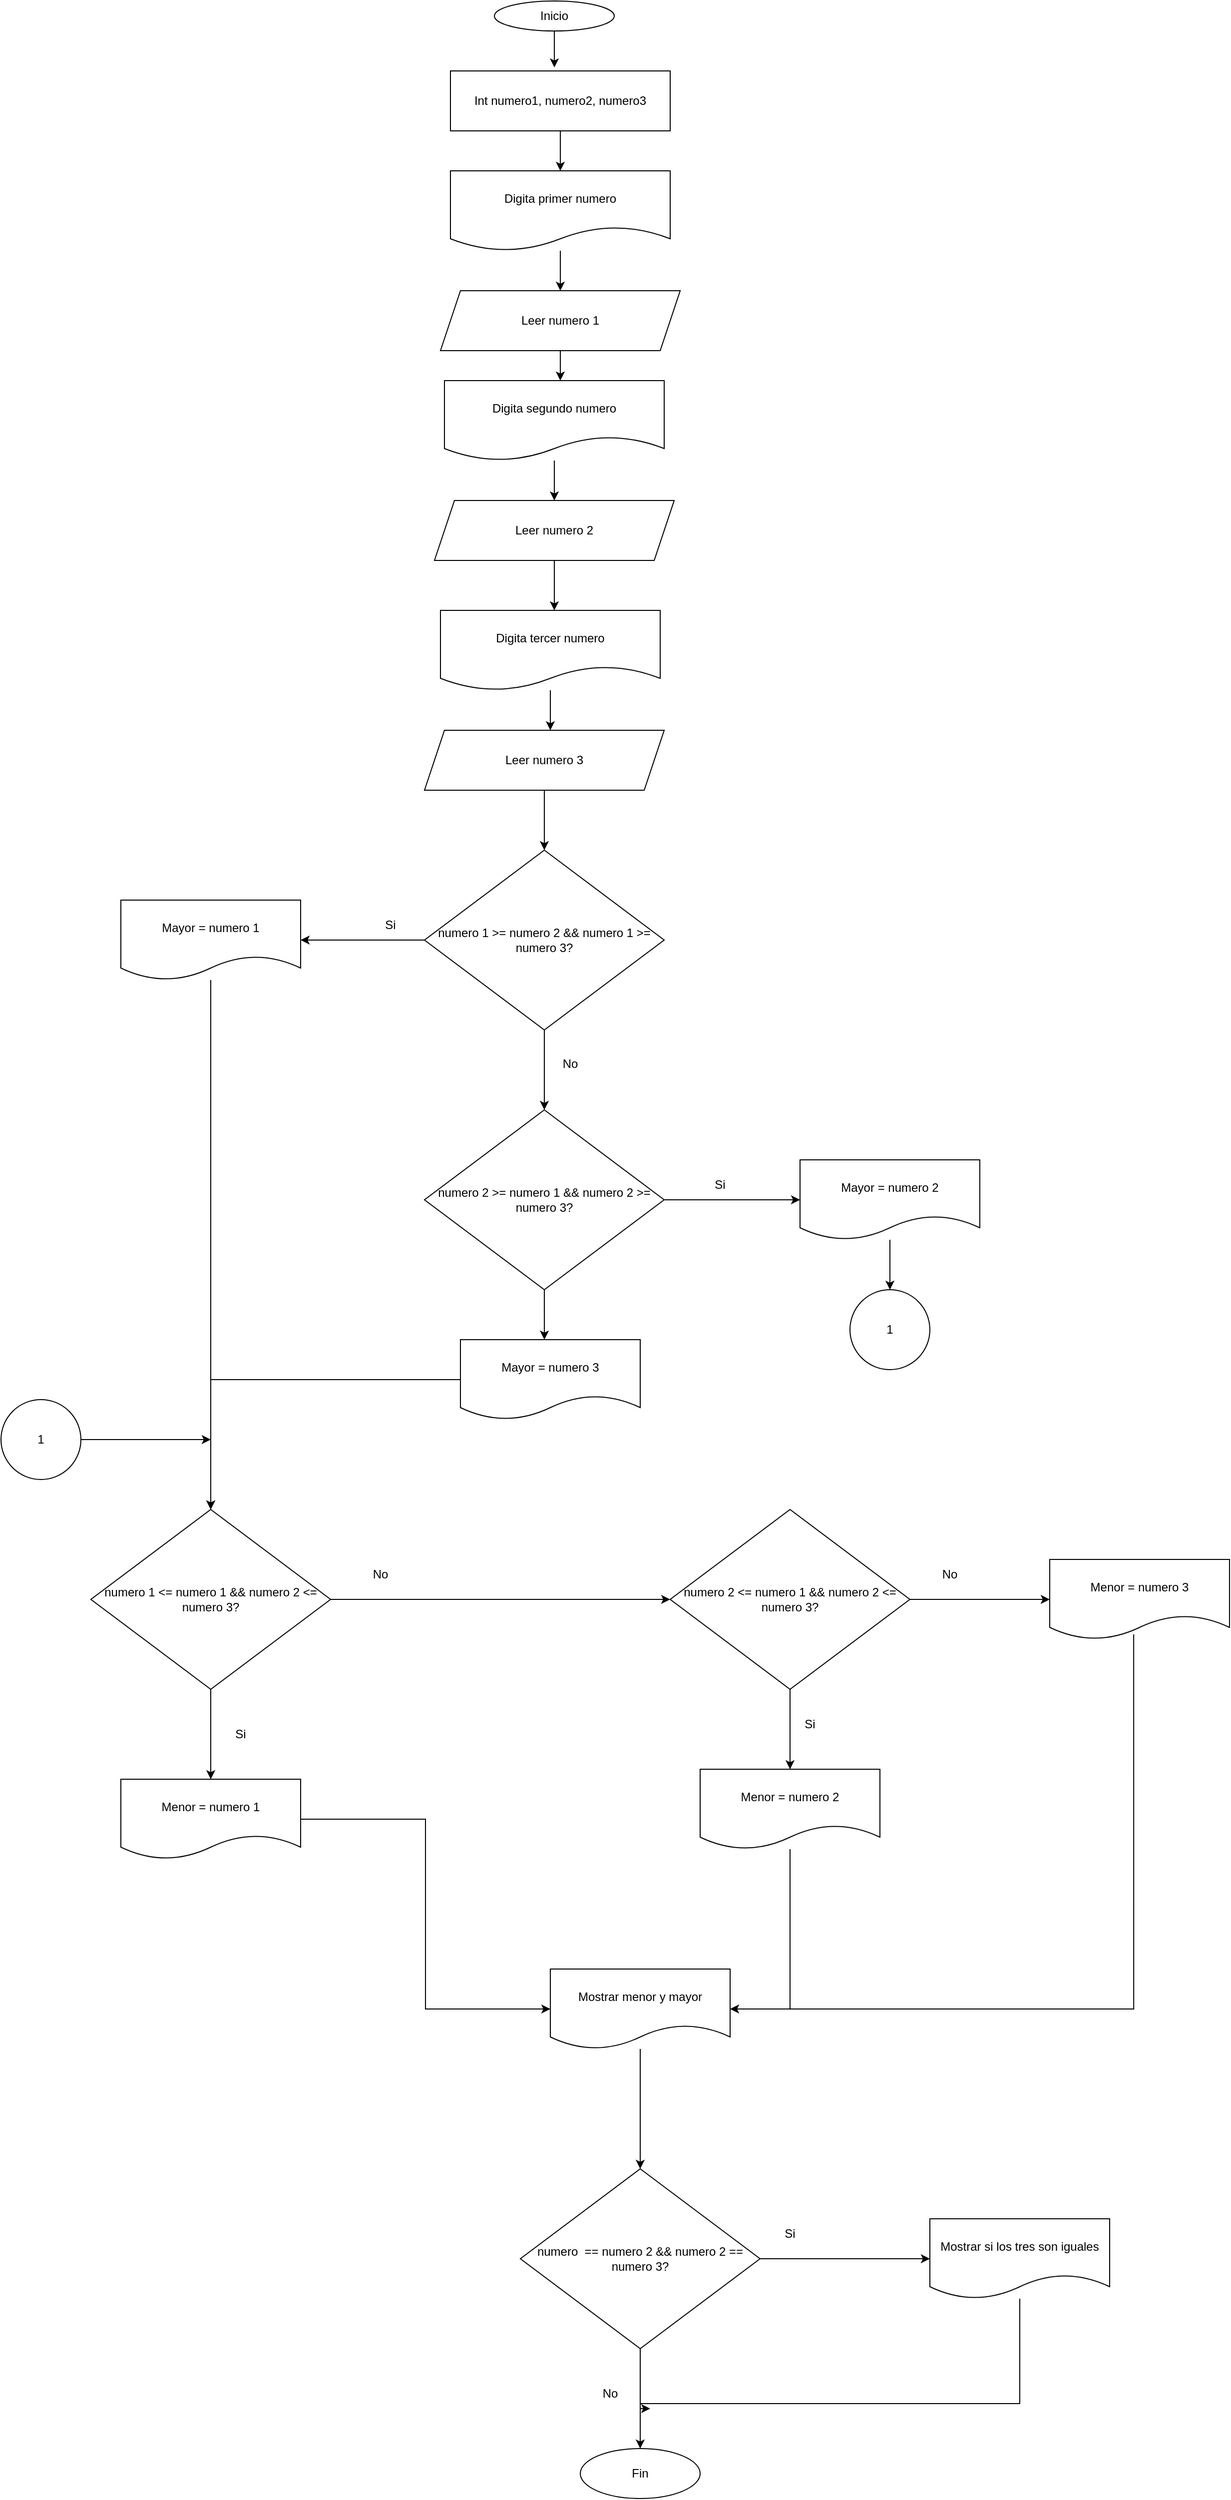
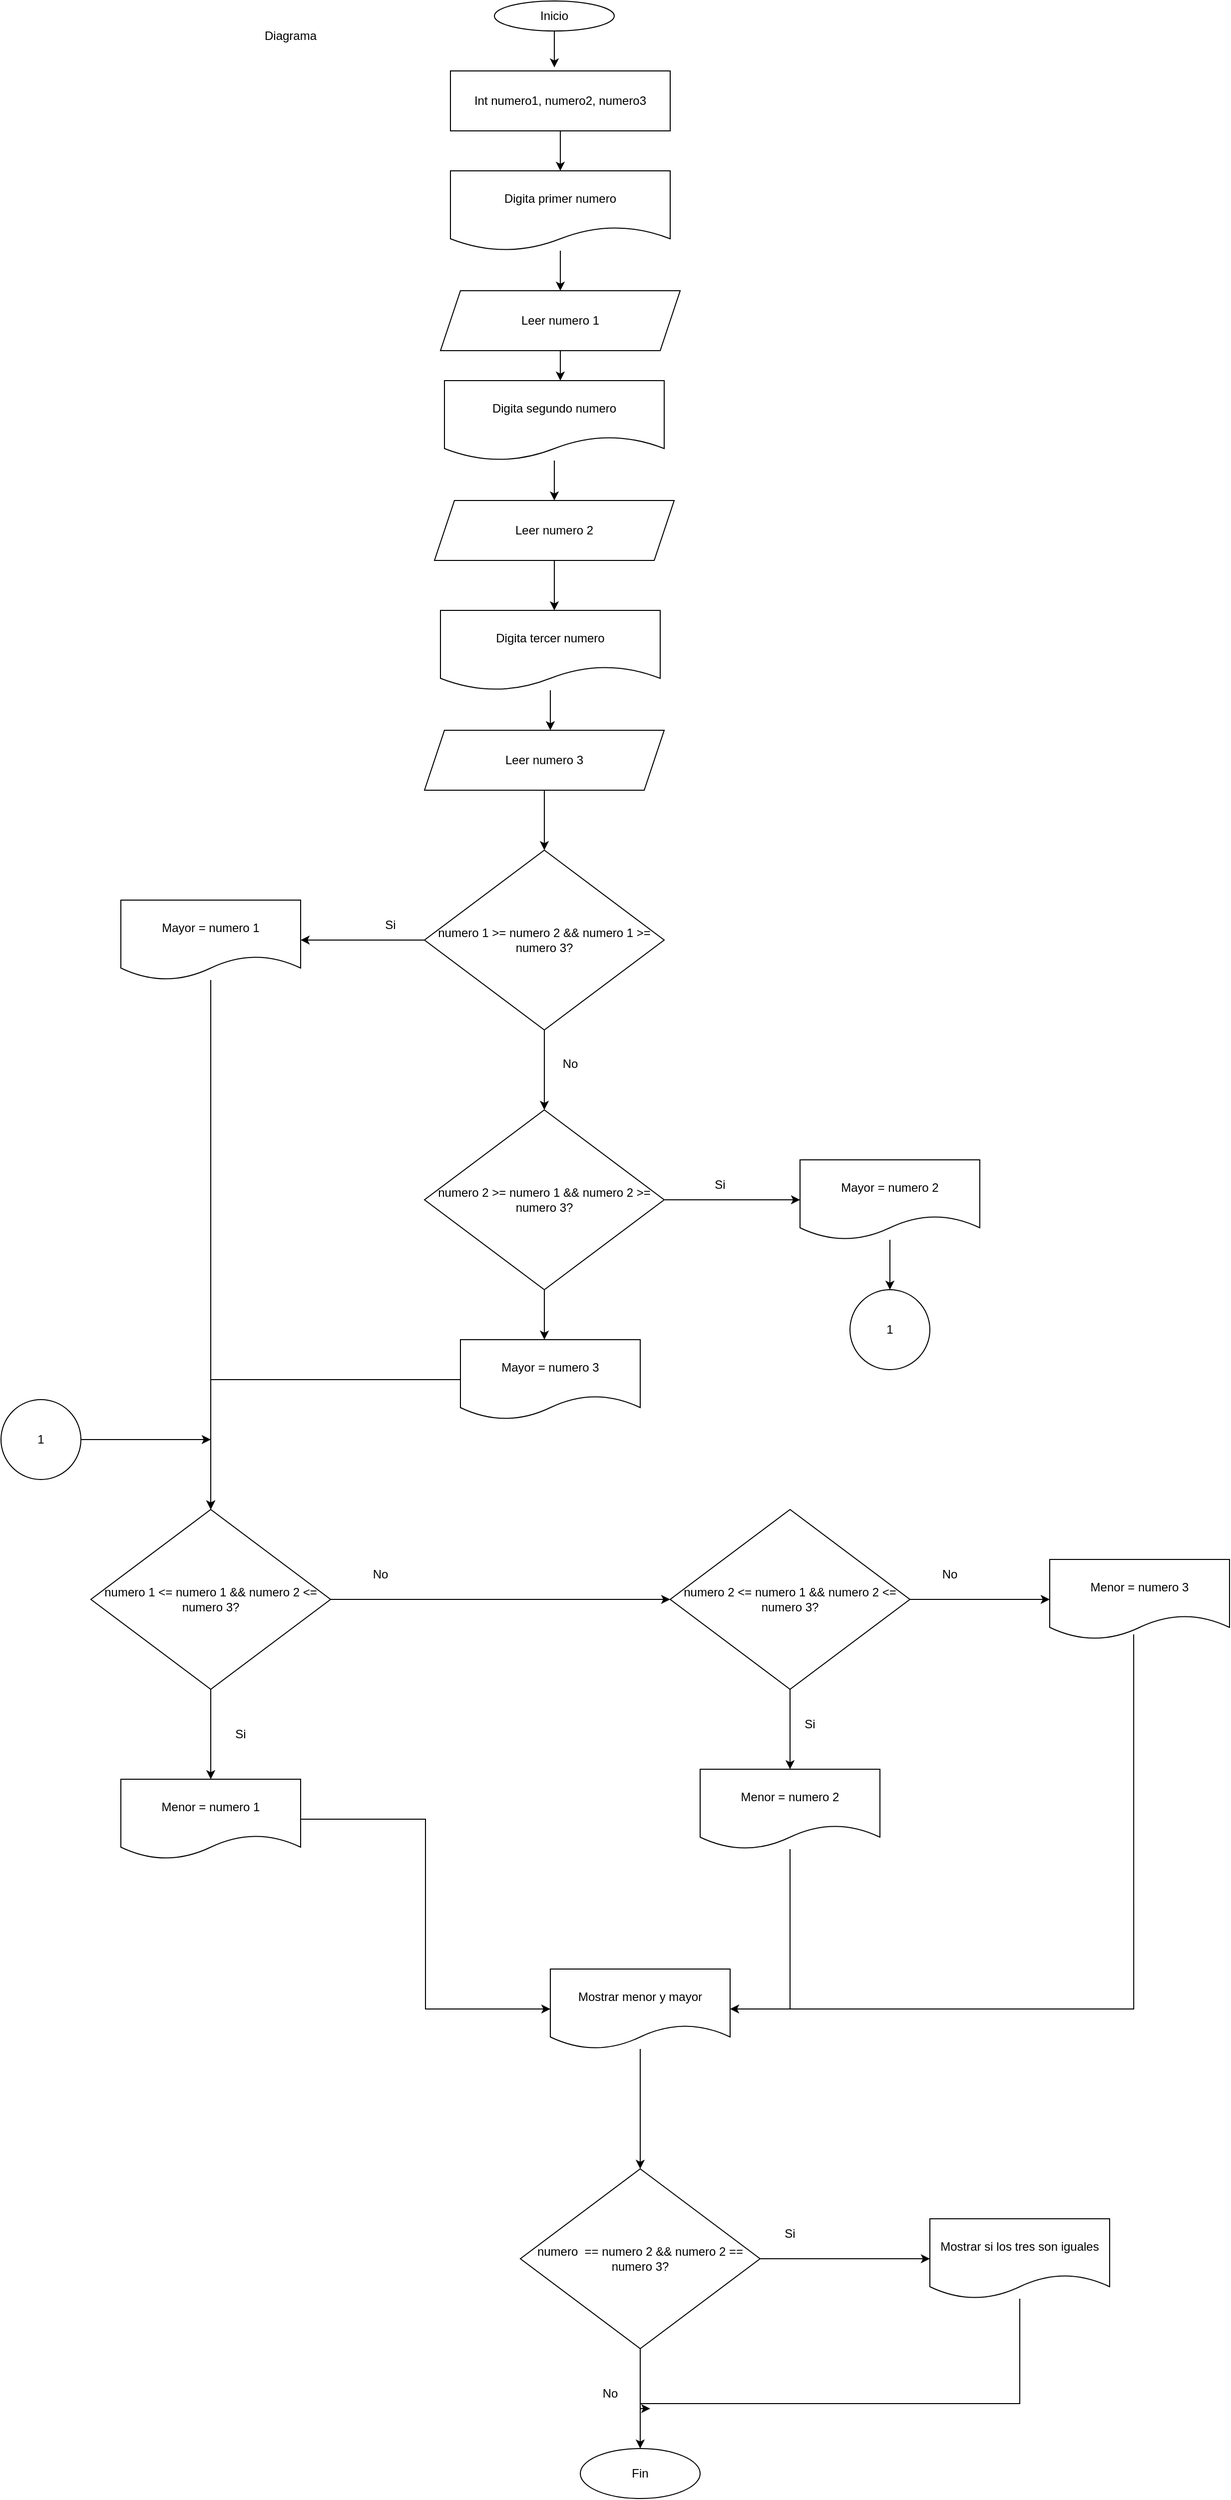
<mxfile host="app.diagrams.net">
  <diagram name="Página-1" id="me-NIgjdbT9li_4ZRfyp">
-     <mxGraphModel dx="2001" dy="684" grid="1" gridSize="10" guides="1" tooltips="1" connect="1" arrows="1" fold="1" page="1" pageScale="1" pageWidth="827" pageHeight="1169" math="0" shadow="0">
+     <mxGraphModel dx="1591" dy="234" grid="1" gridSize="10" guides="1" tooltips="1" connect="1" arrows="1" fold="1" page="1" pageScale="1" pageWidth="827" pageHeight="1169" math="0" shadow="0">
      <root>
        <mxCell id="0" />
        <mxCell id="1" parent="0" />
        <mxCell id="to2dw7DZSK201Xa8oCmh-1" parent="1" style="ellipse;whiteSpace=wrap;html=1;" value="Inicio" vertex="1">
          <mxGeometry height="30" width="120" x="354" y="120" as="geometry" />
        </mxCell>
        <mxCell id="to2dw7DZSK201Xa8oCmh-6" edge="1" parent="1" source="to2dw7DZSK201Xa8oCmh-2" style="edgeStyle=orthogonalEdgeStyle;rounded=0;orthogonalLoop=1;jettySize=auto;html=1;">
          <mxGeometry relative="1" as="geometry">
            <mxPoint x="420" y="290" as="targetPoint" />
          </mxGeometry>
        </mxCell>
        <mxCell id="to2dw7DZSK201Xa8oCmh-2" parent="1" style="rounded=0;whiteSpace=wrap;html=1;" value="Int numero1, numero2, numero3" vertex="1">
          <mxGeometry height="60" width="220" x="310" y="190" as="geometry" />
        </mxCell>
        <mxCell id="to2dw7DZSK201Xa8oCmh-3" edge="1" parent="1" source="to2dw7DZSK201Xa8oCmh-1" style="edgeStyle=orthogonalEdgeStyle;rounded=0;orthogonalLoop=1;jettySize=auto;html=1;entryX=0.473;entryY=-0.058;entryDx=0;entryDy=0;entryPerimeter=0;" target="to2dw7DZSK201Xa8oCmh-2">
          <mxGeometry relative="1" as="geometry" />
        </mxCell>
        <mxCell id="to2dw7DZSK201Xa8oCmh-15" edge="1" parent="1" source="to2dw7DZSK201Xa8oCmh-5" style="edgeStyle=orthogonalEdgeStyle;rounded=0;orthogonalLoop=1;jettySize=auto;html=1;entryX=0.5;entryY=0;entryDx=0;entryDy=0;" target="to2dw7DZSK201Xa8oCmh-7">
          <mxGeometry relative="1" as="geometry" />
        </mxCell>
        <mxCell id="to2dw7DZSK201Xa8oCmh-5" parent="1" style="shape=document;whiteSpace=wrap;html=1;boundedLbl=1;" value="Digita primer numero" vertex="1">
          <mxGeometry height="80" width="220" x="310" y="290" as="geometry" />
        </mxCell>
        <mxCell id="to2dw7DZSK201Xa8oCmh-17" edge="1" parent="1" source="to2dw7DZSK201Xa8oCmh-7" style="edgeStyle=orthogonalEdgeStyle;rounded=0;orthogonalLoop=1;jettySize=auto;html=1;">
          <mxGeometry relative="1" as="geometry">
            <mxPoint x="420" y="500" as="targetPoint" />
          </mxGeometry>
        </mxCell>
        <mxCell id="to2dw7DZSK201Xa8oCmh-7" parent="1" style="shape=parallelogram;perimeter=parallelogramPerimeter;whiteSpace=wrap;html=1;fixedSize=1;" value="Leer numero 1" vertex="1">
          <mxGeometry height="60" width="240" x="300" y="410" as="geometry" />
        </mxCell>
        <mxCell id="to2dw7DZSK201Xa8oCmh-19" edge="1" parent="1" source="to2dw7DZSK201Xa8oCmh-16" style="edgeStyle=orthogonalEdgeStyle;rounded=0;orthogonalLoop=1;jettySize=auto;html=1;entryX=0.5;entryY=0;entryDx=0;entryDy=0;" target="to2dw7DZSK201Xa8oCmh-18">
          <mxGeometry relative="1" as="geometry" />
        </mxCell>
        <mxCell id="to2dw7DZSK201Xa8oCmh-16" parent="1" style="shape=document;whiteSpace=wrap;html=1;boundedLbl=1;" value="Digita segundo numero" vertex="1">
          <mxGeometry height="80" width="220" x="304" y="500" as="geometry" />
        </mxCell>
        <mxCell id="to2dw7DZSK201Xa8oCmh-21" edge="1" parent="1" source="to2dw7DZSK201Xa8oCmh-18" style="edgeStyle=orthogonalEdgeStyle;rounded=0;orthogonalLoop=1;jettySize=auto;html=1;">
          <mxGeometry relative="1" as="geometry">
            <mxPoint x="414" y="730" as="targetPoint" />
          </mxGeometry>
        </mxCell>
        <mxCell id="to2dw7DZSK201Xa8oCmh-18" parent="1" style="shape=parallelogram;perimeter=parallelogramPerimeter;whiteSpace=wrap;html=1;fixedSize=1;" value="Leer numero 2" vertex="1">
          <mxGeometry height="60" width="240" x="294" y="620" as="geometry" />
        </mxCell>
        <mxCell id="to2dw7DZSK201Xa8oCmh-23" edge="1" parent="1" source="to2dw7DZSK201Xa8oCmh-20" style="edgeStyle=orthogonalEdgeStyle;rounded=0;orthogonalLoop=1;jettySize=auto;html=1;">
          <mxGeometry relative="1" as="geometry">
            <mxPoint x="410" y="850" as="targetPoint" />
          </mxGeometry>
        </mxCell>
        <mxCell id="to2dw7DZSK201Xa8oCmh-20" parent="1" style="shape=document;whiteSpace=wrap;html=1;boundedLbl=1;" value="Digita tercer numero" vertex="1">
          <mxGeometry height="80" width="220" x="300" y="730" as="geometry" />
        </mxCell>
        <mxCell id="to2dw7DZSK201Xa8oCmh-25" edge="1" parent="1" source="to2dw7DZSK201Xa8oCmh-22" style="edgeStyle=orthogonalEdgeStyle;rounded=0;orthogonalLoop=1;jettySize=auto;html=1;entryX=0.5;entryY=0;entryDx=0;entryDy=0;" target="to2dw7DZSK201Xa8oCmh-24">
          <mxGeometry relative="1" as="geometry" />
        </mxCell>
        <mxCell id="to2dw7DZSK201Xa8oCmh-22" parent="1" style="shape=parallelogram;perimeter=parallelogramPerimeter;whiteSpace=wrap;html=1;fixedSize=1;" value="Leer numero 3" vertex="1">
          <mxGeometry height="60" width="240" x="284" y="850" as="geometry" />
        </mxCell>
        <mxCell id="to2dw7DZSK201Xa8oCmh-27" edge="1" parent="1" source="to2dw7DZSK201Xa8oCmh-24" style="edgeStyle=orthogonalEdgeStyle;rounded=0;orthogonalLoop=1;jettySize=auto;html=1;entryX=1;entryY=0.5;entryDx=0;entryDy=0;" target="to2dw7DZSK201Xa8oCmh-26">
          <mxGeometry relative="1" as="geometry" />
        </mxCell>
        <mxCell id="to2dw7DZSK201Xa8oCmh-30" edge="1" parent="1" source="to2dw7DZSK201Xa8oCmh-24" style="edgeStyle=orthogonalEdgeStyle;rounded=0;orthogonalLoop=1;jettySize=auto;html=1;entryX=0.5;entryY=0;entryDx=0;entryDy=0;" target="to2dw7DZSK201Xa8oCmh-29">
          <mxGeometry relative="1" as="geometry" />
        </mxCell>
        <mxCell id="to2dw7DZSK201Xa8oCmh-24" parent="1" style="rhombus;whiteSpace=wrap;html=1;" value="numero 1 &amp;gt;= numero 2 &amp;amp;&amp;amp; numero 1 &amp;gt;= numero 3?" vertex="1">
          <mxGeometry height="180" width="240" x="284" y="970" as="geometry" />
        </mxCell>
        <mxCell id="to2dw7DZSK201Xa8oCmh-40" edge="1" parent="1" source="to2dw7DZSK201Xa8oCmh-26" style="edgeStyle=orthogonalEdgeStyle;rounded=0;orthogonalLoop=1;jettySize=auto;html=1;">
          <mxGeometry relative="1" as="geometry">
            <mxPoint x="70" y="1630" as="targetPoint" />
          </mxGeometry>
        </mxCell>
        <mxCell id="to2dw7DZSK201Xa8oCmh-26" parent="1" style="shape=document;whiteSpace=wrap;html=1;boundedLbl=1;" value="Mayor = numero 1" vertex="1">
          <mxGeometry height="80" width="180" x="-20" y="1020" as="geometry" />
        </mxCell>
        <mxCell id="to2dw7DZSK201Xa8oCmh-28" parent="1" style="text;html=1;whiteSpace=wrap;strokeColor=none;fillColor=none;align=center;verticalAlign=middle;rounded=0;" value="Si" vertex="1">
          <mxGeometry height="30" width="60" x="220" y="1030" as="geometry" />
        </mxCell>
        <mxCell id="to2dw7DZSK201Xa8oCmh-35" edge="1" parent="1" source="to2dw7DZSK201Xa8oCmh-29" style="edgeStyle=orthogonalEdgeStyle;rounded=0;orthogonalLoop=1;jettySize=auto;html=1;" target="to2dw7DZSK201Xa8oCmh-33">
          <mxGeometry relative="1" as="geometry" />
        </mxCell>
        <mxCell id="to2dw7DZSK201Xa8oCmh-29" parent="1" style="rhombus;whiteSpace=wrap;html=1;" value="numero 2 &amp;gt;= numero 1 &amp;amp;&amp;amp; numero 2 &amp;gt;= numero 3?" vertex="1">
          <mxGeometry height="180" width="240" x="284" y="1230" as="geometry" />
        </mxCell>
        <mxCell id="to2dw7DZSK201Xa8oCmh-31" parent="1" style="text;html=1;whiteSpace=wrap;strokeColor=none;fillColor=none;align=center;verticalAlign=middle;rounded=0;" value="No" vertex="1">
          <mxGeometry height="30" width="60" x="400" y="1169" as="geometry" />
        </mxCell>
        <mxCell id="to2dw7DZSK201Xa8oCmh-45" edge="1" parent="1" source="to2dw7DZSK201Xa8oCmh-33" style="edgeStyle=orthogonalEdgeStyle;rounded=0;orthogonalLoop=1;jettySize=auto;html=1;entryX=0.5;entryY=0;entryDx=0;entryDy=0;" target="to2dw7DZSK201Xa8oCmh-44">
          <mxGeometry relative="1" as="geometry" />
        </mxCell>
        <mxCell id="to2dw7DZSK201Xa8oCmh-33" parent="1" style="shape=document;whiteSpace=wrap;html=1;boundedLbl=1;" value="Mayor = numero 2" vertex="1">
          <mxGeometry height="80" width="180" x="660" y="1280" as="geometry" />
        </mxCell>
        <mxCell id="to2dw7DZSK201Xa8oCmh-36" parent="1" style="text;html=1;whiteSpace=wrap;strokeColor=none;fillColor=none;align=center;verticalAlign=middle;rounded=0;" value="Si" vertex="1">
          <mxGeometry height="30" width="60" x="550" y="1290" as="geometry" />
        </mxCell>
        <mxCell id="to2dw7DZSK201Xa8oCmh-41" edge="1" parent="1" source="to2dw7DZSK201Xa8oCmh-37" style="edgeStyle=orthogonalEdgeStyle;rounded=0;orthogonalLoop=1;jettySize=auto;html=1;entryX=0.5;entryY=0;entryDx=0;entryDy=0;" target="to2dw7DZSK201Xa8oCmh-39">
          <mxGeometry relative="1" as="geometry" />
        </mxCell>
        <mxCell id="to2dw7DZSK201Xa8oCmh-37" parent="1" style="shape=document;whiteSpace=wrap;html=1;boundedLbl=1;" value="Mayor = numero 3" vertex="1">
          <mxGeometry height="80" width="180" x="320" y="1460" as="geometry" />
        </mxCell>
        <mxCell id="to2dw7DZSK201Xa8oCmh-38" edge="1" parent="1" source="to2dw7DZSK201Xa8oCmh-29" style="edgeStyle=orthogonalEdgeStyle;rounded=0;orthogonalLoop=1;jettySize=auto;html=1;entryX=0.467;entryY=0;entryDx=0;entryDy=0;entryPerimeter=0;" target="to2dw7DZSK201Xa8oCmh-37">
          <mxGeometry relative="1" as="geometry" />
        </mxCell>
        <mxCell id="to2dw7DZSK201Xa8oCmh-49" edge="1" parent="1" source="to2dw7DZSK201Xa8oCmh-39" style="edgeStyle=orthogonalEdgeStyle;rounded=0;orthogonalLoop=1;jettySize=auto;html=1;entryX=0.5;entryY=0;entryDx=0;entryDy=0;" target="to2dw7DZSK201Xa8oCmh-48">
          <mxGeometry relative="1" as="geometry" />
        </mxCell>
        <mxCell id="to2dw7DZSK201Xa8oCmh-52" edge="1" parent="1" source="to2dw7DZSK201Xa8oCmh-39" style="edgeStyle=orthogonalEdgeStyle;rounded=0;orthogonalLoop=1;jettySize=auto;html=1;entryX=0;entryY=0.5;entryDx=0;entryDy=0;" target="to2dw7DZSK201Xa8oCmh-51">
          <mxGeometry relative="1" as="geometry" />
        </mxCell>
        <mxCell id="to2dw7DZSK201Xa8oCmh-39" parent="1" style="rhombus;whiteSpace=wrap;html=1;" value="numero 1 &amp;lt;= numero 1 &amp;amp;&amp;amp; numero 2 &amp;lt;= numero 3?" vertex="1">
          <mxGeometry height="180" width="240" x="-50" y="1630" as="geometry" />
        </mxCell>
        <mxCell id="to2dw7DZSK201Xa8oCmh-44" parent="1" style="ellipse;whiteSpace=wrap;html=1;aspect=fixed;" value="1" vertex="1">
          <mxGeometry height="80" width="80" x="710" y="1410" as="geometry" />
        </mxCell>
        <mxCell id="to2dw7DZSK201Xa8oCmh-47" edge="1" parent="1" source="to2dw7DZSK201Xa8oCmh-46" style="edgeStyle=orthogonalEdgeStyle;rounded=0;orthogonalLoop=1;jettySize=auto;html=1;">
          <mxGeometry relative="1" as="geometry">
            <mxPoint x="70" y="1560" as="targetPoint" />
          </mxGeometry>
        </mxCell>
        <mxCell id="to2dw7DZSK201Xa8oCmh-46" parent="1" style="ellipse;whiteSpace=wrap;html=1;aspect=fixed;" value="1" vertex="1">
          <mxGeometry height="80" width="80" x="-140" y="1520" as="geometry" />
        </mxCell>
        <mxCell id="to2dw7DZSK201Xa8oCmh-61" edge="1" parent="1" source="to2dw7DZSK201Xa8oCmh-48" style="edgeStyle=orthogonalEdgeStyle;rounded=0;orthogonalLoop=1;jettySize=auto;html=1;entryX=0;entryY=0.5;entryDx=0;entryDy=0;" target="to2dw7DZSK201Xa8oCmh-60">
          <mxGeometry relative="1" as="geometry" />
        </mxCell>
        <mxCell id="to2dw7DZSK201Xa8oCmh-48" parent="1" style="shape=document;whiteSpace=wrap;html=1;boundedLbl=1;" value="Menor = numero 1" vertex="1">
          <mxGeometry height="80" width="180" x="-20" y="1900" as="geometry" />
        </mxCell>
        <mxCell id="to2dw7DZSK201Xa8oCmh-50" parent="1" style="text;html=1;whiteSpace=wrap;strokeColor=none;fillColor=none;align=center;verticalAlign=middle;rounded=0;" value="Si" vertex="1">
          <mxGeometry height="30" width="60" x="70" y="1840" as="geometry" />
        </mxCell>
        <mxCell id="to2dw7DZSK201Xa8oCmh-55" edge="1" parent="1" source="to2dw7DZSK201Xa8oCmh-51" style="edgeStyle=orthogonalEdgeStyle;rounded=0;orthogonalLoop=1;jettySize=auto;html=1;entryX=0.5;entryY=0;entryDx=0;entryDy=0;" target="to2dw7DZSK201Xa8oCmh-54">
          <mxGeometry relative="1" as="geometry" />
        </mxCell>
        <mxCell id="to2dw7DZSK201Xa8oCmh-58" edge="1" parent="1" source="to2dw7DZSK201Xa8oCmh-51" style="edgeStyle=orthogonalEdgeStyle;rounded=0;orthogonalLoop=1;jettySize=auto;html=1;entryX=0;entryY=0.5;entryDx=0;entryDy=0;" target="to2dw7DZSK201Xa8oCmh-57">
          <mxGeometry relative="1" as="geometry" />
        </mxCell>
        <mxCell id="to2dw7DZSK201Xa8oCmh-51" parent="1" style="rhombus;whiteSpace=wrap;html=1;" value="numero 2 &amp;lt;= numero 1 &amp;amp;&amp;amp; numero 2 &amp;lt;= numero 3?" vertex="1">
          <mxGeometry height="180" width="240" x="530" y="1630" as="geometry" />
        </mxCell>
        <mxCell id="to2dw7DZSK201Xa8oCmh-53" parent="1" style="text;html=1;whiteSpace=wrap;strokeColor=none;fillColor=none;align=center;verticalAlign=middle;rounded=0;" value="No" vertex="1">
          <mxGeometry height="30" width="60" x="210" y="1680" as="geometry" />
        </mxCell>
        <mxCell id="to2dw7DZSK201Xa8oCmh-63" edge="1" parent="1" source="to2dw7DZSK201Xa8oCmh-54" style="edgeStyle=orthogonalEdgeStyle;rounded=0;orthogonalLoop=1;jettySize=auto;html=1;endArrow=none;endFill=0;">
          <mxGeometry relative="1" as="geometry">
            <mxPoint x="650" y="2130" as="targetPoint" />
          </mxGeometry>
        </mxCell>
        <mxCell id="to2dw7DZSK201Xa8oCmh-54" parent="1" style="shape=document;whiteSpace=wrap;html=1;boundedLbl=1;" value="Menor = numero 2" vertex="1">
          <mxGeometry height="80" width="180" x="560" y="1890" as="geometry" />
        </mxCell>
        <mxCell id="to2dw7DZSK201Xa8oCmh-56" parent="1" style="text;html=1;whiteSpace=wrap;strokeColor=none;fillColor=none;align=center;verticalAlign=middle;rounded=0;" value="Si" vertex="1">
          <mxGeometry height="30" width="60" x="640" y="1830" as="geometry" />
        </mxCell>
        <mxCell id="to2dw7DZSK201Xa8oCmh-62" edge="1" parent="1" source="to2dw7DZSK201Xa8oCmh-57" style="edgeStyle=orthogonalEdgeStyle;rounded=0;orthogonalLoop=1;jettySize=auto;html=1;entryX=1;entryY=0.5;entryDx=0;entryDy=0;exitX=0.467;exitY=0.938;exitDx=0;exitDy=0;exitPerimeter=0;" target="to2dw7DZSK201Xa8oCmh-60">
          <mxGeometry relative="1" as="geometry">
            <Array as="points">
              <mxPoint x="994" y="2130" />
            </Array>
          </mxGeometry>
        </mxCell>
        <mxCell id="to2dw7DZSK201Xa8oCmh-57" parent="1" style="shape=document;whiteSpace=wrap;html=1;boundedLbl=1;" value="Menor = numero 3" vertex="1">
          <mxGeometry height="80" width="180" x="910" y="1680" as="geometry" />
        </mxCell>
        <mxCell id="to2dw7DZSK201Xa8oCmh-59" parent="1" style="text;html=1;whiteSpace=wrap;strokeColor=none;fillColor=none;align=center;verticalAlign=middle;rounded=0;" value="No" vertex="1">
          <mxGeometry height="30" width="60" x="780" y="1680" as="geometry" />
        </mxCell>
        <mxCell id="to2dw7DZSK201Xa8oCmh-65" edge="1" parent="1" source="to2dw7DZSK201Xa8oCmh-60" style="edgeStyle=orthogonalEdgeStyle;rounded=0;orthogonalLoop=1;jettySize=auto;html=1;entryX=0.5;entryY=0;entryDx=0;entryDy=0;" target="to2dw7DZSK201Xa8oCmh-64">
          <mxGeometry relative="1" as="geometry" />
        </mxCell>
        <mxCell id="to2dw7DZSK201Xa8oCmh-60" parent="1" style="shape=document;whiteSpace=wrap;html=1;boundedLbl=1;" value="Mostrar menor y mayor" vertex="1">
          <mxGeometry height="80" width="180" x="410" y="2090" as="geometry" />
        </mxCell>
        <mxCell id="to2dw7DZSK201Xa8oCmh-66" edge="1" parent="1" source="to2dw7DZSK201Xa8oCmh-64" style="edgeStyle=orthogonalEdgeStyle;rounded=0;orthogonalLoop=1;jettySize=auto;html=1;">
          <mxGeometry relative="1" as="geometry">
            <mxPoint x="500" y="2570" as="targetPoint" />
          </mxGeometry>
        </mxCell>
        <mxCell id="to2dw7DZSK201Xa8oCmh-70" edge="1" parent="1" source="to2dw7DZSK201Xa8oCmh-64" style="edgeStyle=orthogonalEdgeStyle;rounded=0;orthogonalLoop=1;jettySize=auto;html=1;entryX=0;entryY=0.5;entryDx=0;entryDy=0;" target="to2dw7DZSK201Xa8oCmh-69">
          <mxGeometry relative="1" as="geometry" />
        </mxCell>
        <mxCell id="to2dw7DZSK201Xa8oCmh-64" parent="1" style="rhombus;whiteSpace=wrap;html=1;" value="numero&amp;nbsp; == numero 2 &amp;amp;&amp;amp; numero 2 == numero 3?" vertex="1">
          <mxGeometry height="180" width="240" x="380" y="2290" as="geometry" />
        </mxCell>
        <mxCell id="to2dw7DZSK201Xa8oCmh-68" parent="1" style="ellipse;whiteSpace=wrap;html=1;" value="Fin" vertex="1">
          <mxGeometry height="50" width="120" x="440" y="2570" as="geometry" />
        </mxCell>
        <mxCell id="to2dw7DZSK201Xa8oCmh-72" edge="1" parent="1" source="to2dw7DZSK201Xa8oCmh-69" style="edgeStyle=orthogonalEdgeStyle;rounded=0;orthogonalLoop=1;jettySize=auto;html=1;">
          <mxGeometry relative="1" as="geometry">
            <Array as="points">
              <mxPoint x="880" y="2525" />
              <mxPoint x="500" y="2525" />
              <mxPoint x="500" y="2530" />
            </Array>
            <mxPoint x="510" y="2530" as="targetPoint" />
          </mxGeometry>
        </mxCell>
        <mxCell id="to2dw7DZSK201Xa8oCmh-69" parent="1" style="shape=document;whiteSpace=wrap;html=1;boundedLbl=1;" value="Mostrar si los tres son iguales" vertex="1">
          <mxGeometry height="80" width="180" x="790" y="2340" as="geometry" />
        </mxCell>
        <mxCell id="to2dw7DZSK201Xa8oCmh-71" parent="1" style="text;html=1;whiteSpace=wrap;strokeColor=none;fillColor=none;align=center;verticalAlign=middle;rounded=0;" value="Si" vertex="1">
          <mxGeometry height="30" width="60" x="620" y="2340" as="geometry" />
        </mxCell>
        <mxCell id="to2dw7DZSK201Xa8oCmh-73" parent="1" style="text;html=1;whiteSpace=wrap;strokeColor=none;fillColor=none;align=center;verticalAlign=middle;rounded=0;" value="No" vertex="1">
          <mxGeometry height="30" width="60" x="440" y="2500" as="geometry" />
        </mxCell>
+         <mxCell id="to2dw7DZSK201Xa8oCmh-74" parent="1" style="text;html=1;whiteSpace=wrap;strokeColor=none;fillColor=none;align=center;verticalAlign=middle;rounded=0;" value="Diagrama" vertex="1">
+           <mxGeometry height="30" width="60" x="120" y="140" as="geometry" />
+         </mxCell>
      </root>
    </mxGraphModel>
  </diagram>
</mxfile>
